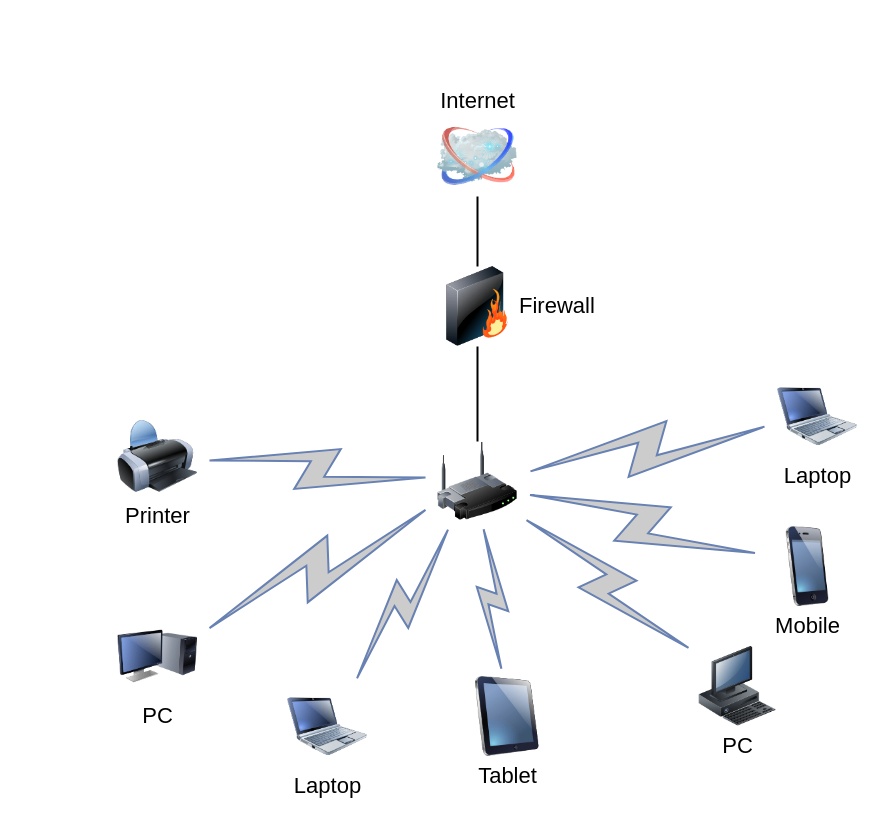
This is images/Untitled Diagram.drawio from KylinYao/terrain_generator, a draw.io file, before an edit. Source tidied: cells renumbered, new cells numbered last; positions are measured from the earlier drawing's top-left corner, leaving out a move shared by most shapes. Both pictures are drawn from the tidied source at 100%, with x=0, y=0 at pixel (117, 116).
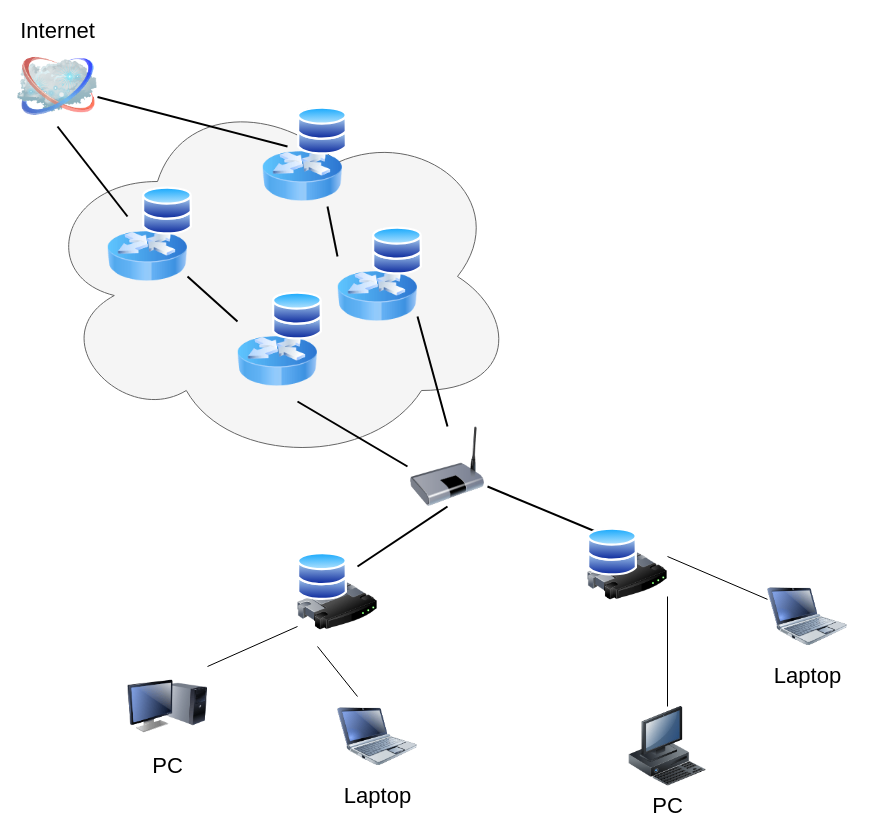
Above is the later version.

What changed in the source:
```diff
@@
-    <mxCell id="2" style="edgeStyle=none;rounded=0;html=1;labelBackgroundColor=none;endArrow=none;strokeWidth=2;fontFamily=Verdana;fontSize=22;" parent="1" edge="1" source="3" target="6">
-      <mxGeometry relative="1" as="geometry" />
-    </mxCell>
-    <mxCell id="3" style="image;html=1;labelBackgroundColor=#ffffff;image=img/lib/clip_art/networking/Wireless_Router_128x128.png;rounded=1;shadow=0;comic=0;strokeWidth=2;fontSize=22;" parent="1" vertex="1">
-      <mxGeometry x="320" y="325" width="80" height="80" as="geometry" />
-    </mxCell>
+    <mxCell id="21" style="ellipse;shape=cloud;whiteSpace=wrap;html=1;fillColor=#f5f5f5;strokeColor=#666666;fontColor=#333333;" parent="1" vertex="1">
+      <mxGeometry x="-80" y="-30" width="480" height="380" as="geometry" />
+    </mxCell>
     <mxCell id="4" value="Internet" style="image;html=1;labelBackgroundColor=#ffffff;image=img/lib/clip_art/networking/Cloud_128x128.png;rounded=1;shadow=0;comic=0;strokeWidth=2;fontSize=22;labelPosition=center;verticalLabelPosition=top;align=center;verticalAlign=bottom;" parent="1" vertex="1">
-      <mxGeometry x="320" width="80" height="80" as="geometry" />
+      <mxGeometry x="-100" y="-70" width="80" height="80" as="geometry" />
     </mxCell>
-    <mxCell id="5" style="edgeStyle=none;rounded=0;html=1;labelBackgroundColor=none;endArrow=none;strokeWidth=2;fontFamily=Verdana;fontSize=22;" parent="1" edge="1" source="6" target="4">
-      <mxGeometry relative="1" as="geometry" />
+    <mxCell id="5" style="edgeStyle=none;rounded=0;html=1;labelBackgroundColor=none;endArrow=none;strokeWidth=2;fontFamily=Verdana;fontSize=22;exitX=0.5;exitY=0;exitDx=0;exitDy=0;" parent="1" edge="1" target="4">
+      <mxGeometry relative="1" as="geometry">
+        <mxPoint x="170" y="30" as="sourcePoint" />
+      </mxGeometry>
     </mxCell>
-    <mxCell id="6" value="Firewall" style="image;html=1;labelBackgroundColor=#ffffff;image=img/lib/clip_art/networking/Firewall_128x128.png;rounded=1;shadow=0;comic=0;strokeWidth=2;fontSize=22;labelPosition=right;verticalLabelPosition=middle;align=left;verticalAlign=middle;" parent="1" vertex="1">
-      <mxGeometry x="320" y="150" width="80" height="80" as="geometry" />
-    </mxCell>
-    <mxCell id="7" value="Tablet" style="image;html=1;labelBackgroundColor=#ffffff;image=img/lib/clip_art/computers/iPad_128x128.png;rounded=1;shadow=0;comic=0;strokeWidth=2;fontSize=22;" parent="1" vertex="1">
-      <mxGeometry x="350" y="560" width="80" height="80" as="geometry" />
-    </mxCell>
     <mxCell id="8" value="PC" style="image;html=1;labelBackgroundColor=#ffffff;image=img/lib/clip_art/computers/Monitor_Tower_128x128.png;rounded=1;shadow=0;comic=0;strokeWidth=2;fontSize=22;" parent="1" vertex="1">
-      <mxGeometry y="500" width="80" height="80" as="geometry" />
+      <mxGeometry x="10" y="550" width="80" height="80" as="geometry" />
     </mxCell>
-    <mxCell id="9" value="Printer" style="image;html=1;labelBackgroundColor=#ffffff;image=img/lib/clip_art/computers/Printer_128x128.png;rounded=1;shadow=0;comic=0;strokeWidth=2;fontSize=22;" parent="1" vertex="1">
-      <mxGeometry y="300" width="80" height="80" as="geometry" />
-    </mxCell>
     <mxCell id="10" value="PC" style="image;html=1;labelBackgroundColor=#ffffff;image=img/lib/clip_art/computers/Workstation_128x128.png;rounded=1;shadow=0;comic=0;strokeWidth=2;fontSize=22;" parent="1" vertex="1">
-      <mxGeometry x="580" y="530" width="80" height="80" as="geometry" />
+      <mxGeometry x="510" y="590" width="80" height="80" as="geometry" />
     </mxCell>
-    <mxCell id="11" value="Mobile" style="image;html=1;labelBackgroundColor=#ffffff;image=img/lib/clip_art/telecommunication/iPhone_128x128.png;rounded=1;shadow=0;comic=0;strokeWidth=2;fontSize=22;" parent="1" vertex="1">
-      <mxGeometry x="650" y="410" width="80" height="80" as="geometry" />
-    </mxCell>
     <mxCell id="12" value="Laptop" style="image;html=1;labelBackgroundColor=#ffffff;image=img/lib/clip_art/computers/Netbook_128x128.png;rounded=1;shadow=0;comic=0;strokeColor=#000000;strokeWidth=2;fillColor=#FFFFFF;fontSize=22;fontColor=#000000;" parent="1" vertex="1">
-      <mxGeometry x="660" y="260" width="80" height="80" as="geometry" />
+      <mxGeometry x="650" y="460" width="80" height="80" as="geometry" />
     </mxCell>
     <mxCell id="13" value="Laptop" style="image;html=1;labelBackgroundColor=#ffffff;image=img/lib/clip_art/computers/Netbook_128x128.png;rounded=1;shadow=0;comic=0;strokeWidth=2;fontSize=22;" parent="1" vertex="1">
-      <mxGeometry x="170" y="570" width="80" height="80" as="geometry" />
+      <mxGeometry x="220" y="580" width="80" height="80" as="geometry" />
     </mxCell>
-    <mxCell id="14" style="html=1;fillColor=#CCCCCC;strokeColor=#6881B3;gradientColor=none;gradientDirection=north;strokeWidth=2;shape=mxgraph.networks.comm_link_edge;html=1;labelBackgroundColor=none;endArrow=none;fontFamily=Verdana;fontSize=22;fontColor=#000000;" parent="1" edge="1" source="9" target="3">
-      <mxGeometry relative="1" as="geometry" />
-    </mxCell>
-    <mxCell id="15" style="html=1;fillColor=#CCCCCC;strokeColor=#6881B3;gradientColor=none;gradientDirection=north;strokeWidth=2;shape=mxgraph.networks.comm_link_edge;html=1;labelBackgroundColor=none;endArrow=none;fontFamily=Verdana;fontSize=22;fontColor=#000000;fontStyle=1;" parent="1" edge="1" source="8" target="3">
-      <mxGeometry relative="1" as="geometry" />
-    </mxCell>
-    <mxCell id="16" style="html=1;fillColor=#CCCCCC;strokeColor=#6881B3;gradientColor=none;gradientDirection=north;strokeWidth=2;shape=mxgraph.networks.comm_link_edge;html=1;labelBackgroundColor=none;endArrow=none;fontFamily=Verdana;fontSize=22;fontColor=#000000;" parent="1" edge="1" source="13" target="3">
-      <mxGeometry relative="1" as="geometry" />
-    </mxCell>
-    <mxCell id="17" style="html=1;fillColor=#CCCCCC;strokeColor=#6881B3;gradientColor=none;gradientDirection=north;strokeWidth=2;shape=mxgraph.networks.comm_link_edge;html=1;labelBackgroundColor=none;endArrow=none;fontFamily=Verdana;fontSize=22;fontColor=#000000;" parent="1" edge="1" source="7" target="3">
-      <mxGeometry relative="1" as="geometry" />
-    </mxCell>
-    <mxCell id="18" style="html=1;fillColor=#CCCCCC;strokeColor=#6881B3;gradientColor=none;gradientDirection=north;strokeWidth=2;shape=mxgraph.networks.comm_link_edge;html=1;labelBackgroundColor=none;endArrow=none;fontFamily=Verdana;fontSize=22;fontColor=#000000;" parent="1" edge="1" source="10" target="3">
-      <mxGeometry relative="1" as="geometry" />
-    </mxCell>
-    <mxCell id="19" style="html=1;fillColor=#CCCCCC;strokeColor=#6881B3;gradientColor=none;gradientDirection=north;strokeWidth=2;shape=mxgraph.networks.comm_link_edge;html=1;labelBackgroundColor=none;endArrow=none;fontFamily=Verdana;fontSize=22;fontColor=#000000;" parent="1" edge="1" source="11" target="3">
-      <mxGeometry relative="1" as="geometry" />
-    </mxCell>
-    <mxCell id="20" style="html=1;fillColor=#CCCCCC;strokeColor=#6881B3;gradientColor=none;gradientDirection=north;strokeWidth=2;shape=mxgraph.networks.comm_link_edge;html=1;labelBackgroundColor=none;endArrow=none;fontFamily=Verdana;fontSize=22;fontColor=#000000;" parent="1" edge="1" source="12" target="3">
-      <mxGeometry relative="1" as="geometry" />
-    </mxCell>
+    <mxCell id="22" style="edgeStyle=none;rounded=0;html=1;labelBackgroundColor=none;endArrow=none;strokeWidth=2;fontFamily=Verdana;fontSize=22;exitX=0.25;exitY=0;exitDx=0;exitDy=0;entryX=0.5;entryY=1;entryDx=0;entryDy=0;" parent="1" edge="1" source="37" target="4">
+      <mxGeometry relative="1" as="geometry" />
+    </mxCell>
+    <mxCell id="23" style="image;html=1;image=img/lib/clip_art/networking/Bridge_128x128.png;" parent="1" vertex="1">
+      <mxGeometry x="290" y="310" width="80" height="80" as="geometry" />
+    </mxCell>
+    <mxCell id="24" style="edgeStyle=none;rounded=0;html=1;labelBackgroundColor=none;endArrow=none;strokeWidth=2;fontFamily=Verdana;fontSize=22;exitX=0;exitY=0;exitDx=0;exitDy=0;entryX=1;entryY=0.75;entryDx=0;entryDy=0;" parent="1" edge="1" source="43">
+      <mxGeometry relative="1" as="geometry">
+        <mxPoint x="210" y="90" as="targetPoint" />
+      </mxGeometry>
+    </mxCell>
+    <mxCell id="25" style="edgeStyle=none;rounded=0;html=1;labelBackgroundColor=none;endArrow=none;strokeWidth=2;fontFamily=Verdana;fontSize=22;exitX=0;exitY=0;exitDx=0;exitDy=0;entryX=1;entryY=0.75;entryDx=0;entryDy=0;" parent="1" edge="1" source="46" target="37">
+      <mxGeometry relative="1" as="geometry" />
+    </mxCell>
+    <mxCell id="26" style="edgeStyle=none;rounded=0;html=1;labelBackgroundColor=none;endArrow=none;strokeWidth=2;fontFamily=Verdana;fontSize=22;exitX=1;exitY=0.75;exitDx=0;exitDy=0;entryX=0.5;entryY=0;entryDx=0;entryDy=0;" parent="1" edge="1" source="43" target="23">
+      <mxGeometry relative="1" as="geometry" />
+    </mxCell>
+    <mxCell id="27" style="edgeStyle=none;rounded=0;html=1;labelBackgroundColor=none;endArrow=none;strokeWidth=2;fontFamily=Verdana;fontSize=22;entryX=0.75;entryY=1;entryDx=0;entryDy=0;exitX=0;exitY=0.5;exitDx=0;exitDy=0;" parent="1" edge="1" source="23" target="46">
+      <mxGeometry relative="1" as="geometry" />
+    </mxCell>
+    <mxCell id="28" style="image;html=1;image=img/lib/clip_art/networking/Router_128x128.png;" parent="1" vertex="1">
+      <mxGeometry x="180" y="450" width="80" height="80" as="geometry" />
+    </mxCell>
+    <mxCell id="29" style="image;html=1;image=img/lib/clip_art/networking/Router_128x128.png;" parent="1" vertex="1">
+      <mxGeometry x="470" y="420" width="80" height="80" as="geometry" />
+    </mxCell>
+    <mxCell id="30" style="edgeStyle=none;rounded=0;html=1;labelBackgroundColor=none;endArrow=none;strokeWidth=2;fontFamily=Verdana;fontSize=22;exitX=0.5;exitY=1;exitDx=0;exitDy=0;entryX=0.75;entryY=0;entryDx=0;entryDy=0;" parent="1" edge="1" source="23" target="28">
+      <mxGeometry relative="1" as="geometry" />
+    </mxCell>
+    <mxCell id="31" style="edgeStyle=none;rounded=0;html=1;labelBackgroundColor=none;endArrow=none;strokeWidth=2;fontFamily=Verdana;fontSize=22;entryX=1;entryY=0.75;entryDx=0;entryDy=0;exitX=0.25;exitY=0;exitDx=0;exitDy=0;" parent="1" edge="1" source="29" target="23">
+      <mxGeometry relative="1" as="geometry" />
+    </mxCell>
+    <mxCell id="32" style="endArrow=none;html=1;exitX=1;exitY=0;exitDx=0;exitDy=0;entryX=0;entryY=0.75;entryDx=0;entryDy=0;" parent="1" edge="1" source="8" target="28">
+      <mxGeometry relative="1" as="geometry" />
+    </mxCell>
+    <mxCell id="33" style="endArrow=none;html=1;entryX=0.5;entryY=0;entryDx=0;entryDy=0;exitX=1;exitY=0.75;exitDx=0;exitDy=0;" parent="1" edge="1" source="29" target="10">
+      <mxGeometry relative="1" as="geometry" />
+    </mxCell>
+    <mxCell id="34" style="endArrow=none;html=1;exitX=1;exitY=0.25;exitDx=0;exitDy=0;" parent="1" edge="1" source="29" target="12">
+      <mxGeometry relative="1" as="geometry" />
+    </mxCell>
+    <mxCell id="35" style="endArrow=none;html=1;exitX=0.25;exitY=0;exitDx=0;exitDy=0;entryX=0.25;entryY=1;entryDx=0;entryDy=0;" parent="1" edge="1" source="13" target="28">
+      <mxGeometry relative="1" as="geometry" />
+    </mxCell>
+    <mxCell id="36" style="group;" parent="1" vertex="1">
+      <mxGeometry x="-10" y="70" width="85" height="110" as="geometry" />
+    </mxCell>
+    <mxCell id="37" style="image;html=1;image=img/lib/clip_art/networking/Router_Icon_128x128.png;" parent="36" vertex="1">
+      <mxGeometry y="30" width="80" height="80" as="geometry" />
+    </mxCell>
+    <mxCell id="38" style="perimeter=ellipsePerimeter;html=1;align=center;shadow=0;dashed=0;spacingTop=3;image;image=img/lib/active_directory/databases.svg;" parent="36" vertex="1">
+      <mxGeometry x="35" width="50" height="49" as="geometry" />
+    </mxCell>
+    <mxCell id="39" style="group;" parent="1" vertex="1">
+      <mxGeometry x="145" y="-10" width="85" height="110" as="geometry" />
+    </mxCell>
+    <mxCell id="40" style="image;html=1;image=img/lib/clip_art/networking/Router_Icon_128x128.png;" parent="39" vertex="1">
+      <mxGeometry y="30" width="80" height="80" as="geometry" />
+    </mxCell>
+    <mxCell id="41" style="perimeter=ellipsePerimeter;html=1;align=center;shadow=0;dashed=0;spacingTop=3;image;image=img/lib/active_directory/databases.svg;" parent="39" vertex="1">
+      <mxGeometry x="35" width="50" height="49" as="geometry" />
+    </mxCell>
+    <mxCell id="42" style="group;" parent="1" vertex="1">
+      <mxGeometry x="220" y="110" width="85" height="110" as="geometry" />
+    </mxCell>
+    <mxCell id="43" style="image;html=1;image=img/lib/clip_art/networking/Router_Icon_128x128.png;" parent="42" vertex="1">
+      <mxGeometry y="30" width="80" height="80" as="geometry" />
+    </mxCell>
+    <mxCell id="44" style="perimeter=ellipsePerimeter;html=1;align=center;shadow=0;dashed=0;spacingTop=3;image;image=img/lib/active_directory/databases.svg;" parent="42" vertex="1">
+      <mxGeometry x="35" width="50" height="49" as="geometry" />
+    </mxCell>
+    <mxCell id="45" style="group;" parent="1" vertex="1">
+      <mxGeometry x="120" y="175" width="85" height="110" as="geometry" />
+    </mxCell>
+    <mxCell id="46" style="image;html=1;image=img/lib/clip_art/networking/Router_Icon_128x128.png;" parent="45" vertex="1">
+      <mxGeometry y="30" width="80" height="80" as="geometry" />
+    </mxCell>
+    <mxCell id="47" style="perimeter=ellipsePerimeter;html=1;align=center;shadow=0;dashed=0;spacingTop=3;image;image=img/lib/active_directory/databases.svg;" parent="45" vertex="1">
+      <mxGeometry x="35" width="50" height="49" as="geometry" />
+    </mxCell>
+    <mxCell id="48" style="perimeter=ellipsePerimeter;html=1;align=center;shadow=0;dashed=0;spacingTop=3;image;image=img/lib/active_directory/databases.svg;" parent="1" vertex="1">
+      <mxGeometry x="180" y="435.5" width="50" height="49" as="geometry" />
+    </mxCell>
+    <mxCell id="49" style="perimeter=ellipsePerimeter;html=1;align=center;shadow=0;dashed=0;spacingTop=3;image;image=img/lib/active_directory/databases.svg;" parent="1" vertex="1">
+      <mxGeometry x="470" y="411" width="50" height="49" as="geometry" />
+    </mxCell>
```
